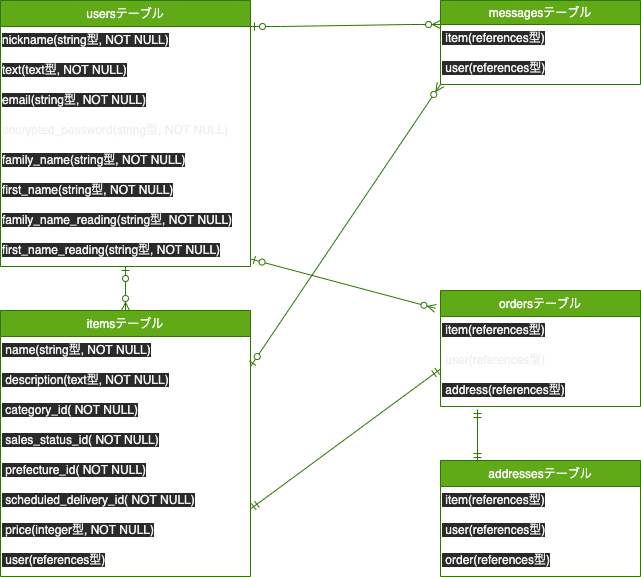
Above: oriapp.png in balllllet/oriapp-20210812 (draw.io), before the change. Source tidied: cells renumbered, new cells last; positions are measured from the earlier drawing's top-left corner, leaving out a move shared by most shapes.
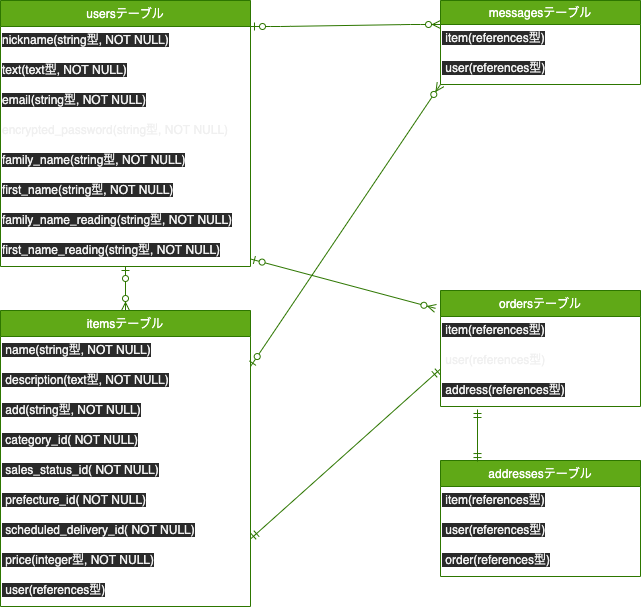
After the change.

Change to the diagram source:
```diff
@@ -42,7 +42,7 @@
       <mxGeometry y="86" width="200" height="30" as="geometry" />
     </mxCell>
     <mxCell id="15" value="itemsテーブル" style="swimlane;fontStyle=0;horizontal=1;startSize=26;fillColor=#60a917;strokeColor=#2D7600;fontColor=#ffffff;" parent="1" vertex="1">
-      <mxGeometry y="310" width="250" height="266" as="geometry" />
+      <mxGeometry y="310" width="250" height="296" as="geometry" />
     </mxCell>
     <mxCell id="16" value="&lt;span style=&quot;color: rgb(240 , 240 , 240) ; font-family: &amp;#34;helvetica&amp;#34; ; font-size: 12px ; font-style: normal ; font-weight: 400 ; letter-spacing: normal ; text-align: left ; text-indent: 0px ; text-transform: none ; word-spacing: 0px ; background-color: rgb(42 , 42 , 42) ; display: inline ; float: none&quot;&gt;&amp;nbsp;name(string型, NOT NULL)&lt;/span&gt;" style="text;whiteSpace=wrap;html=1;" parent="15" vertex="1">
       <mxGeometry y="26" width="250" height="30" as="geometry" />
@@ -50,23 +50,26 @@
     <mxCell id="17" value="&lt;span style=&quot;color: rgb(240 , 240 , 240) ; font-family: &amp;#34;helvetica&amp;#34; ; font-size: 12px ; font-style: normal ; font-weight: 400 ; letter-spacing: normal ; text-align: left ; text-indent: 0px ; text-transform: none ; word-spacing: 0px ; background-color: rgb(42 , 42 , 42) ; display: inline ; float: none&quot;&gt;&amp;nbsp;&lt;span style=&quot;font-family: &amp;#34;helvetica&amp;#34;&quot;&gt;description&lt;/span&gt;(text型, NOT NULL)&lt;/span&gt;" style="text;whiteSpace=wrap;html=1;fontColor=#f0f0f0;" parent="15" vertex="1">
       <mxGeometry y="56" width="250" height="30" as="geometry" />
     </mxCell>
+    <mxCell id="37" value="&lt;span style=&quot;color: rgb(240 , 240 , 240) ; font-family: &amp;#34;helvetica&amp;#34; ; font-size: 12px ; font-style: normal ; font-weight: 400 ; letter-spacing: normal ; text-align: left ; text-indent: 0px ; text-transform: none ; word-spacing: 0px ; background-color: rgb(42 , 42 , 42) ; display: inline ; float: none&quot;&gt;&amp;nbsp;add(string型, NOT NULL)&lt;/span&gt;" style="text;whiteSpace=wrap;html=1;" parent="15" vertex="1">
+      <mxGeometry y="86" width="250" height="30" as="geometry" />
+    </mxCell>
     <mxCell id="18" value="&lt;span style=&quot;color: rgb(240 , 240 , 240) ; font-family: &amp;#34;helvetica&amp;#34; ; font-size: 12px ; font-style: normal ; font-weight: 400 ; letter-spacing: normal ; text-align: left ; text-indent: 0px ; text-transform: none ; word-spacing: 0px ; background-color: rgb(42 , 42 , 42) ; display: inline ; float: none&quot;&gt;&amp;nbsp;category_id( NOT NULL)&lt;/span&gt;" style="text;whiteSpace=wrap;html=1;fontColor=#f0f0f0;" parent="15" vertex="1">
-      <mxGeometry y="86" width="250" height="30" as="geometry" />
+      <mxGeometry y="116" width="250" height="30" as="geometry" />
     </mxCell>
     <mxCell id="19" value="&lt;meta charset=&quot;utf-8&quot;&gt;&lt;span style=&quot;color: rgb(240, 240, 240); font-family: helvetica; font-size: 12px; font-style: normal; font-weight: 400; letter-spacing: normal; text-align: left; text-indent: 0px; text-transform: none; word-spacing: 0px; background-color: rgb(42, 42, 42); display: inline; float: none;&quot;&gt;&amp;nbsp;sales_status_id( NOT NULL)&lt;/span&gt;" style="text;whiteSpace=wrap;html=1;" parent="15" vertex="1">
-      <mxGeometry y="116" width="250" height="30" as="geometry" />
+      <mxGeometry y="146" width="250" height="30" as="geometry" />
     </mxCell>
     <mxCell id="20" value="&lt;span style=&quot;color: rgb(240 , 240 , 240) ; font-family: &amp;#34;helvetica&amp;#34; ; font-size: 12px ; font-style: normal ; font-weight: 400 ; letter-spacing: normal ; text-align: left ; text-indent: 0px ; text-transform: none ; word-spacing: 0px ; background-color: rgb(42 , 42 , 42) ; display: inline ; float: none&quot;&gt;&amp;nbsp;prefecture_id( NOT NULL)&lt;/span&gt;" style="text;whiteSpace=wrap;html=1;" parent="15" vertex="1">
-      <mxGeometry y="146" width="250" height="30" as="geometry" />
+      <mxGeometry y="176" width="250" height="30" as="geometry" />
     </mxCell>
     <mxCell id="21" value="&lt;span style=&quot;color: rgb(240 , 240 , 240) ; font-family: &amp;#34;helvetica&amp;#34; ; font-size: 12px ; font-style: normal ; font-weight: 400 ; letter-spacing: normal ; text-align: left ; text-indent: 0px ; text-transform: none ; word-spacing: 0px ; background-color: rgb(42 , 42 , 42) ; display: inline ; float: none&quot;&gt;&amp;nbsp;scheduled_delivery_id( NOT NULL)&lt;/span&gt;" style="text;whiteSpace=wrap;html=1;fontColor=#f0f0f0;" parent="15" vertex="1">
-      <mxGeometry y="176" width="250" height="30" as="geometry" />
+      <mxGeometry y="206" width="250" height="30" as="geometry" />
     </mxCell>
     <mxCell id="22" value="&lt;meta charset=&quot;utf-8&quot;&gt;&lt;span style=&quot;color: rgb(240, 240, 240); font-family: helvetica; font-size: 12px; font-style: normal; font-weight: 400; letter-spacing: normal; text-align: left; text-indent: 0px; text-transform: none; word-spacing: 0px; background-color: rgb(42, 42, 42); display: inline; float: none;&quot;&gt;&amp;nbsp;price(integer型, NOT NULL)&lt;/span&gt;" style="text;whiteSpace=wrap;html=1;" parent="15" vertex="1">
-      <mxGeometry y="206" width="250" height="30" as="geometry" />
+      <mxGeometry y="236" width="250" height="30" as="geometry" />
     </mxCell>
     <mxCell id="23" value="&lt;meta charset=&quot;utf-8&quot;&gt;&lt;span style=&quot;color: rgb(240, 240, 240); font-family: helvetica; font-size: 12px; font-style: normal; font-weight: 400; letter-spacing: normal; text-align: left; text-indent: 0px; text-transform: none; word-spacing: 0px; background-color: rgb(42, 42, 42); display: inline; float: none;&quot;&gt;&amp;nbsp;user(references型)&lt;/span&gt;" style="text;whiteSpace=wrap;html=1;" parent="15" vertex="1">
-      <mxGeometry y="236" width="250" height="30" as="geometry" />
+      <mxGeometry y="266" width="250" height="30" as="geometry" />
     </mxCell>
     <mxCell id="24" value="messagesテーブル" style="swimlane;fontStyle=0;horizontal=1;startSize=24;fillColor=#60a917;strokeColor=#2D7600;fontColor=#ffffff;" parent="1" vertex="1">
       <mxGeometry x="440" width="200" height="84" as="geometry" />
```
